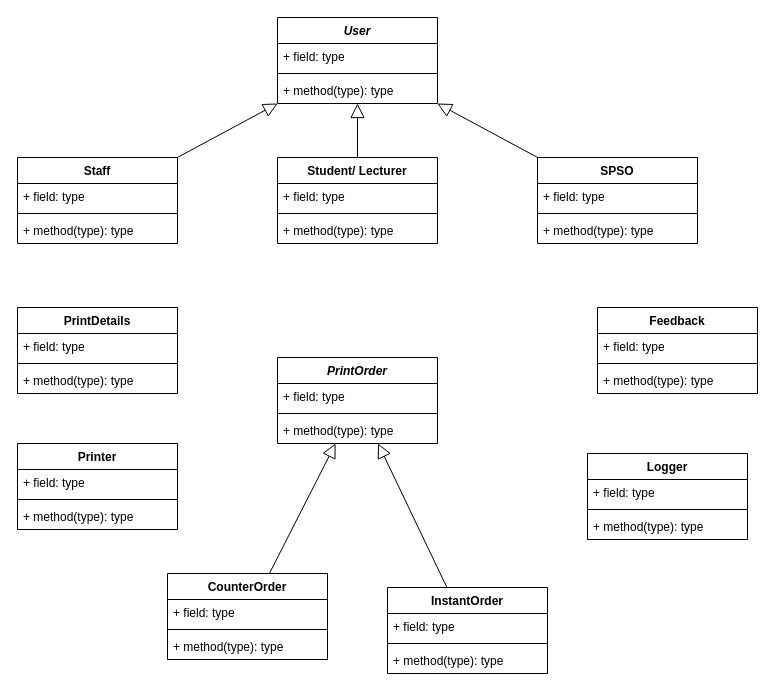
Before: test-spss-class-diagram.drawio in blueonline07/auth-demo, a draw.io diagram. Source tidied: cells renumbered, new cells numbered last; positions are measured from the earlier drawing's top-left corner, leaving out a move shared by most shapes. Both pictures are drawn from the tidied source at 100%, with x=0, y=0 at pixel (17, 17).
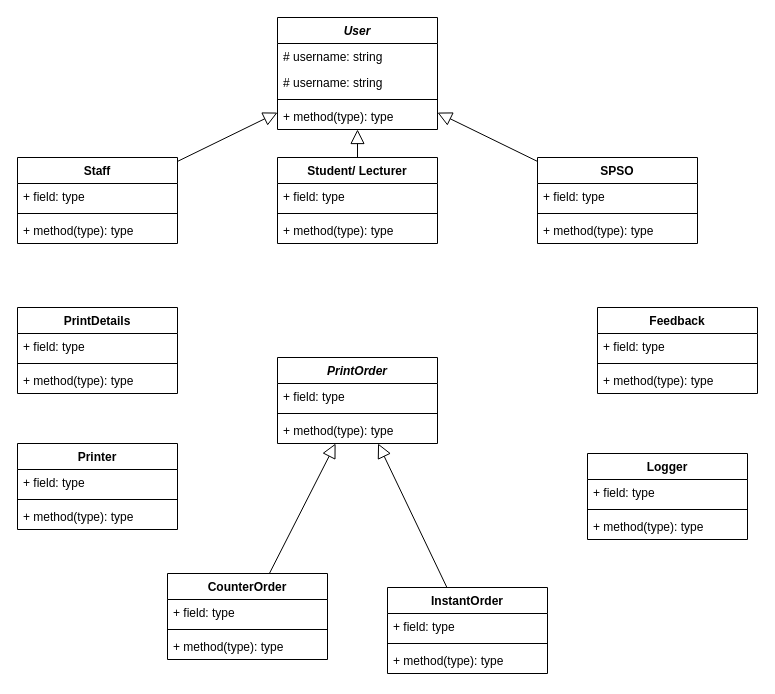
The same page after the edit.

Diff of the diagram source:
```diff
@@
     <mxCell id="2" value="&lt;i&gt;User&lt;/i&gt;" style="swimlane;fontStyle=1;align=center;verticalAlign=top;horizontal=1;startSize=26;whiteSpace=wrap;html=1;" parent="1" vertex="1">
-      <mxGeometry x="260" width="160" height="86" as="geometry" />
+      <mxGeometry x="260" width="160" height="112" as="geometry" />
     </mxCell>
-    <mxCell id="3" value="+ field: type" style="text;strokeColor=none;fillColor=none;align=left;verticalAlign=top;spacingLeft=4;spacingRight=4;overflow=hidden;whiteSpace=wrap;html=1;" parent="2" vertex="1">
+    <mxCell id="3" value="# username: string" style="text;strokeColor=none;fillColor=none;align=left;verticalAlign=top;spacingLeft=4;spacingRight=4;overflow=hidden;whiteSpace=wrap;html=1;" parent="2" vertex="1">
       <mxGeometry y="26" width="160" height="26" as="geometry" />
     </mxCell>
+    <mxCell id="51" value="# username: string" style="text;strokeColor=none;fillColor=none;align=left;verticalAlign=top;spacingLeft=4;spacingRight=4;overflow=hidden;whiteSpace=wrap;html=1;" parent="2" vertex="1">
+      <mxGeometry y="52" width="160" height="26" as="geometry" />
+    </mxCell>
     <mxCell id="4" style="line;strokeWidth=1;fillColor=none;align=left;verticalAlign=middle;spacingTop=-1;spacingLeft=3;spacingRight=3;labelPosition=right;strokeColor=inherit;" parent="2" vertex="1">
-      <mxGeometry y="52" width="160" height="8" as="geometry" />
+      <mxGeometry y="78" width="160" height="8" as="geometry" />
     </mxCell>
     <mxCell id="5" value="+ method(type): type" style="text;strokeColor=none;fillColor=none;align=left;verticalAlign=top;spacingLeft=4;spacingRight=4;overflow=hidden;whiteSpace=wrap;html=1;" parent="2" vertex="1">
-      <mxGeometry y="60" width="160" height="26" as="geometry" />
+      <mxGeometry y="86" width="160" height="26" as="geometry" />
     </mxCell>
```
